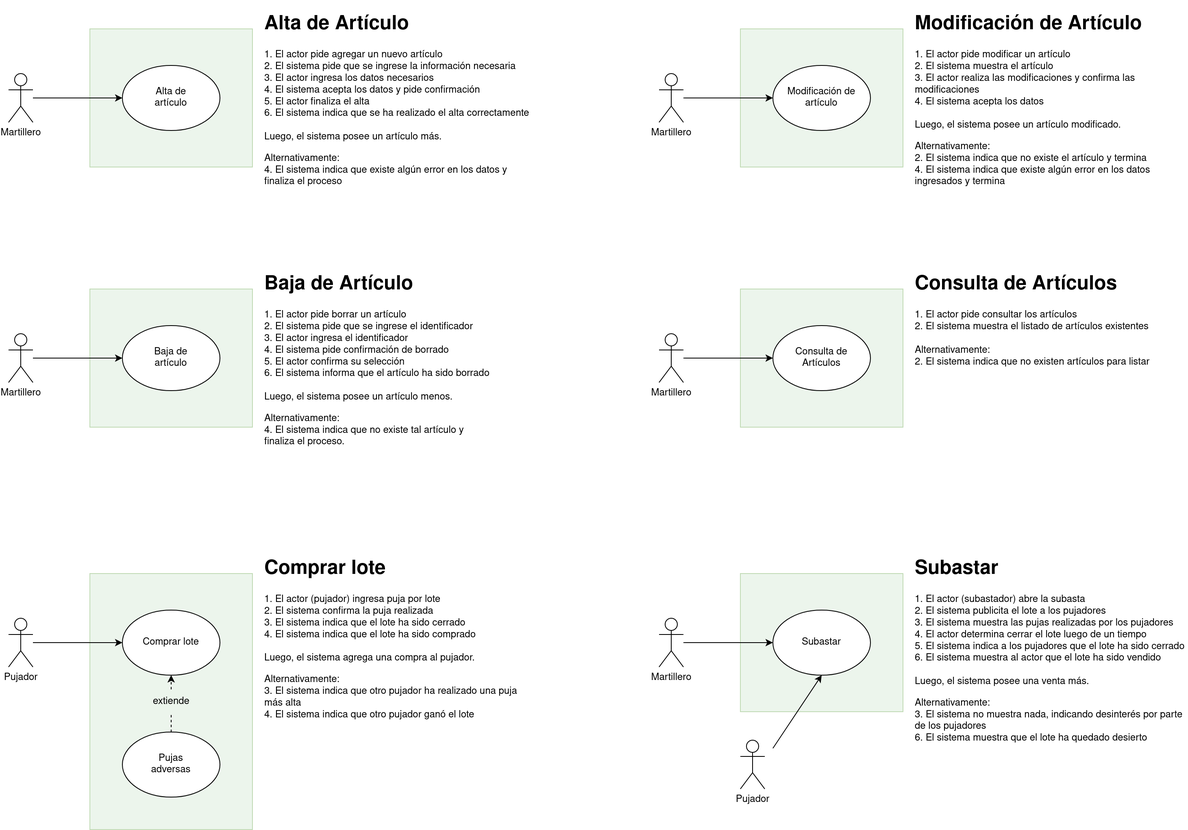
Before: Documentacion/casos-de-uso.png, a diagram exported from draw.io (rpgrca/proyecto-ispc-fullstack). Source tidied: cells renumbered, new cells last; positions are measured from the earlier drawing's top-left corner, leaving out a move shared by most shapes.
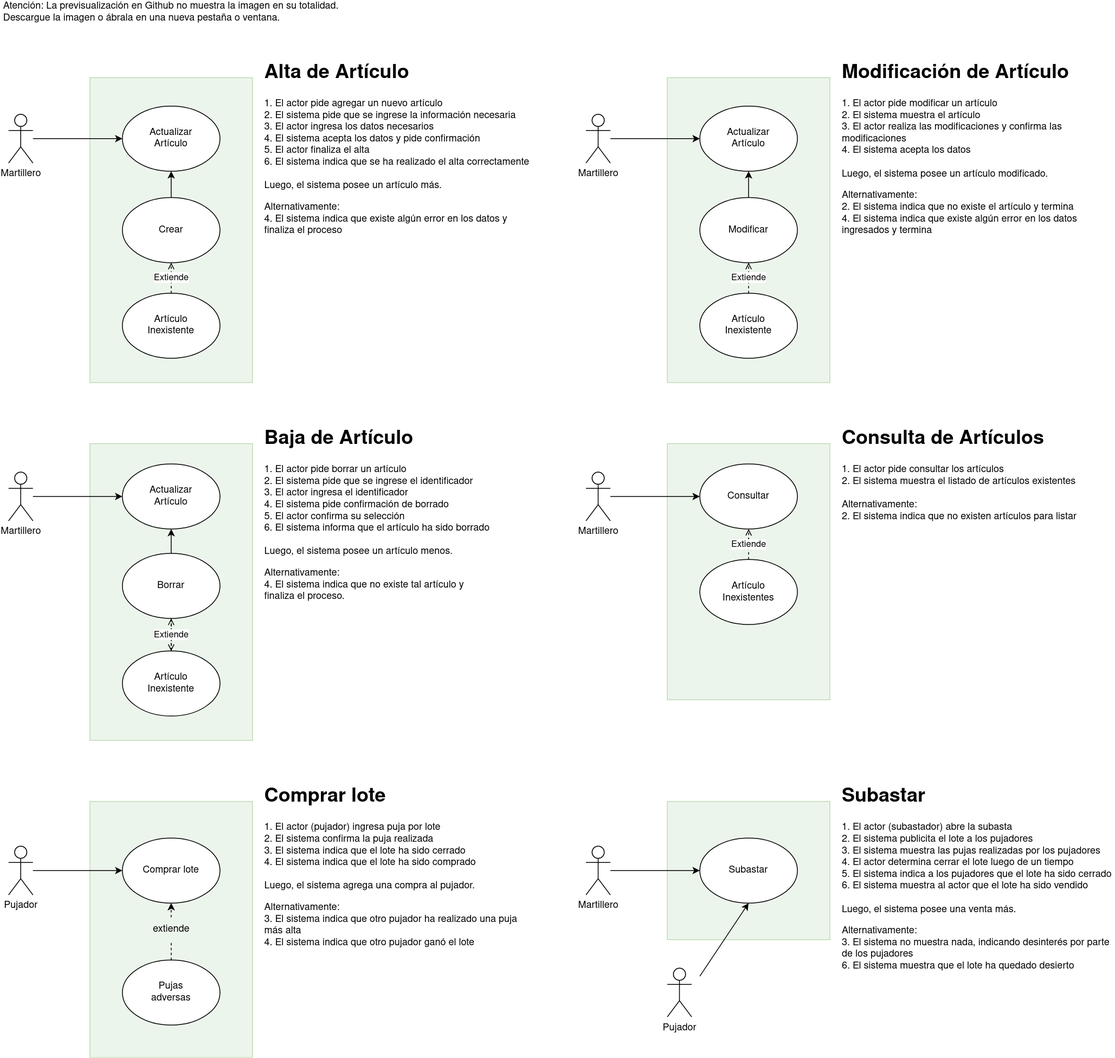
The same diagram one commit later.

Commit message:
actualizar casos de uso

Change to the diagram source:
```diff
@@ -3,28 +3,28 @@
     <mxCell id="0" />
     <mxCell id="1" parent="0" />
     <mxCell id="2" style="rounded=0;whiteSpace=wrap;html=1;fillColor=#d5e8d4;strokeColor=#82b366;opacity=45;" parent="1" vertex="1">
-      <mxGeometry x="100" y="695" width="200" height="315" as="geometry" />
+      <mxGeometry x="100" y="915" width="200" height="315" as="geometry" />
     </mxCell>
     <mxCell id="3" style="rounded=0;whiteSpace=wrap;html=1;fillColor=#d5e8d4;strokeColor=#82b366;opacity=45;" parent="1" vertex="1">
-      <mxGeometry x="900" y="25" width="200" height="170" as="geometry" />
+      <mxGeometry x="810" y="25" width="200" height="375" as="geometry" />
     </mxCell>
     <mxCell id="4" style="rounded=0;whiteSpace=wrap;html=1;fillColor=#d5e8d4;strokeColor=#82b366;opacity=45;" parent="1" vertex="1">
-      <mxGeometry x="900" y="695" width="200" height="170" as="geometry" />
+      <mxGeometry x="810" y="915" width="200" height="170" as="geometry" />
     </mxCell>
     <mxCell id="5" style="rounded=0;whiteSpace=wrap;html=1;fillColor=#d5e8d4;strokeColor=#82b366;opacity=45;" parent="1" vertex="1">
-      <mxGeometry x="100" y="25" width="200" height="170" as="geometry" />
+      <mxGeometry x="100" y="25" width="200" height="375" as="geometry" />
     </mxCell>
     <mxCell id="6" style="rounded=0;whiteSpace=wrap;html=1;fillColor=#d5e8d4;strokeColor=#82b366;opacity=45;" parent="1" vertex="1">
-      <mxGeometry x="100" y="345" width="200" height="170" as="geometry" />
+      <mxGeometry x="100" y="475" width="200" height="365" as="geometry" />
     </mxCell>
     <mxCell id="7" style="edgeStyle=orthogonalEdgeStyle;rounded=0;jettySize=auto;html=1;" parent="1" edge="1" source="8" target="9">
       <mxGeometry relative="1" as="geometry" />
     </mxCell>
     <mxCell id="8" value="Martillero" style="shape=umlActor;verticalLabelPosition=bottom;verticalAlign=top;html=1;outlineConnect=0;" parent="1" vertex="1">
-      <mxGeometry y="80" width="30" height="60" as="geometry" />
+      <mxGeometry y="70" width="30" height="60" as="geometry" />
     </mxCell>
-    <mxCell id="9" value="&lt;div&gt;Alta de&lt;/div&gt;&lt;div&gt;artículo&lt;/div&gt;" style="ellipse;whiteSpace=wrap;html=1;" parent="1" vertex="1">
-      <mxGeometry x="140" y="70" width="120" height="80" as="geometry" />
+    <mxCell id="9" value="&lt;div&gt;Actualizar&lt;/div&gt;&lt;div&gt;Artículo&lt;br&gt;&lt;/div&gt;" style="ellipse;whiteSpace=wrap;html=1;" parent="1" vertex="1">
+      <mxGeometry x="140" y="60" width="120" height="80" as="geometry" />
     </mxCell>
     <mxCell id="10" value="&lt;h1&gt;Alta de Artículo&lt;br&gt;&lt;/h1&gt;&lt;p&gt;1. El actor pide agregar un nuevo artículo&lt;br&gt;2. El sistema pide que se ingrese la información necesaria&lt;br&gt;3. El actor ingresa los datos necesarios&lt;br&gt;4. El sistema acepta los datos y pide confirmación&lt;br&gt;5. El actor finaliza el alta&lt;br&gt;6. El sistema indica que se ha realizado el alta correctamente&lt;br&gt;&lt;br&gt;Luego, el sistema posee un artículo más.&lt;/p&gt;&lt;p&gt;Alternativamente:&lt;br&gt;4. El sistema indica que existe algún error en los datos y finaliza el proceso&lt;br&gt;&lt;/p&gt;" style="text;html=1;strokeColor=none;fillColor=none;spacing=5;spacingTop=-20;whiteSpace=wrap;overflow=hidden;rounded=0;" parent="1" vertex="1">
       <mxGeometry x="310" width="340" height="220" as="geometry" />
@@ -33,84 +33,132 @@
       <mxGeometry relative="1" as="geometry" />
     </mxCell>
     <mxCell id="12" value="Martillero" style="shape=umlActor;verticalLabelPosition=bottom;verticalAlign=top;html=1;outlineConnect=0;" parent="1" vertex="1">
-      <mxGeometry y="400" width="30" height="60" as="geometry" />
+      <mxGeometry y="510" width="30" height="60" as="geometry" />
     </mxCell>
-    <mxCell id="13" value="&lt;div&gt;Baja de&lt;/div&gt;&lt;div&gt;artículo&lt;/div&gt;" style="ellipse;whiteSpace=wrap;html=1;" parent="1" vertex="1">
-      <mxGeometry x="140" y="390" width="120" height="80" as="geometry" />
+    <mxCell id="13" value="&lt;div&gt;Actualizar&lt;/div&gt;&lt;div&gt;Artículo&lt;/div&gt;" style="ellipse;whiteSpace=wrap;html=1;" parent="1" vertex="1">
+      <mxGeometry x="140" y="500" width="120" height="80" as="geometry" />
     </mxCell>
     <mxCell id="14" value="&lt;h1&gt;Baja de Artículo&lt;br&gt;&lt;/h1&gt;&lt;p&gt;1. El actor pide borrar un artículo&lt;br&gt;2. El sistema pide que se ingrese el identificador&lt;br&gt;3. El actor ingresa el identificador&lt;br&gt;4. El sistema pide confirmación de borrado&lt;br&gt;5. El actor confirma su selección&lt;br&gt;6. El sistema informa que el artículo ha sido borrado&lt;br&gt;&lt;br&gt;Luego, el sistema posee un artículo menos.&lt;/p&gt;&lt;p&gt;Alternativamente:&lt;br&gt;4. El sistema indica que no existe tal artículo y&lt;br&gt;finaliza el proceso.&lt;br&gt;&lt;/p&gt;" style="text;html=1;strokeColor=none;fillColor=none;spacing=5;spacingTop=-20;whiteSpace=wrap;overflow=hidden;rounded=0;" parent="1" vertex="1">
-      <mxGeometry x="310" y="320" width="340" height="220" as="geometry" />
+      <mxGeometry x="310" y="450" width="340" height="220" as="geometry" />
     </mxCell>
     <mxCell id="15" style="edgeStyle=orthogonalEdgeStyle;rounded=0;jettySize=auto;html=1;" parent="1" edge="1" source="16" target="17">
       <mxGeometry relative="1" as="geometry" />
     </mxCell>
     <mxCell id="16" value="Martillero" style="shape=umlActor;verticalLabelPosition=bottom;verticalAlign=top;html=1;outlineConnect=0;" parent="1" vertex="1">
-      <mxGeometry x="800" y="80" width="30" height="60" as="geometry" />
+      <mxGeometry x="710" y="70" width="30" height="60" as="geometry" />
     </mxCell>
-    <mxCell id="17" value="&lt;div&gt;Modificación de&lt;/div&gt;&lt;div&gt;artículo&lt;/div&gt;" style="ellipse;whiteSpace=wrap;html=1;" parent="1" vertex="1">
-      <mxGeometry x="940" y="70" width="120" height="80" as="geometry" />
+    <mxCell id="17" value="&lt;div&gt;Actualizar&lt;/div&gt;&lt;div&gt;Artículo&lt;br&gt;&lt;/div&gt;" style="ellipse;whiteSpace=wrap;html=1;" parent="1" vertex="1">
+      <mxGeometry x="850" y="60" width="120" height="80" as="geometry" />
     </mxCell>
     <mxCell id="18" value="&lt;h1&gt;Modificación de Artículo&lt;br&gt;&lt;/h1&gt;&lt;p&gt;1. El actor pide modificar un artículo&lt;br&gt;2. El sistema muestra el artículo&lt;br&gt;3. El actor realiza las modificaciones y confirma las modificaciones&lt;br&gt;4. El sistema acepta los datos&lt;br&gt;&lt;br&gt;Luego, el sistema posee un artículo modificado.&lt;/p&gt;&lt;p&gt;Alternativamente:&lt;br&gt;2. El sistema indica que no existe el artículo y termina&lt;br&gt;4. El sistema indica que existe algún error en los datos ingresados y termina&lt;br&gt;&lt;/p&gt;" style="text;html=1;strokeColor=none;fillColor=none;spacing=5;spacingTop=-20;whiteSpace=wrap;overflow=hidden;rounded=0;" parent="1" vertex="1">
-      <mxGeometry x="1110" width="340" height="220" as="geometry" />
+      <mxGeometry x="1020" width="340" height="220" as="geometry" />
     </mxCell>
     <mxCell id="19" style="edgeStyle=orthogonalEdgeStyle;rounded=0;jettySize=auto;html=1;" parent="1" edge="1" source="20" target="21">
       <mxGeometry relative="1" as="geometry" />
     </mxCell>
     <mxCell id="20" value="Martillero" style="shape=umlActor;verticalLabelPosition=bottom;verticalAlign=top;html=1;outlineConnect=0;" parent="1" vertex="1">
-      <mxGeometry x="800" y="750" width="30" height="60" as="geometry" />
+      <mxGeometry x="710" y="970" width="30" height="60" as="geometry" />
     </mxCell>
     <mxCell id="21" value="Subastar" style="ellipse;whiteSpace=wrap;html=1;" parent="1" vertex="1">
-      <mxGeometry x="940" y="740" width="120" height="80" as="geometry" />
+      <mxGeometry x="850" y="960" width="120" height="80" as="geometry" />
     </mxCell>
     <mxCell id="22" value="&lt;h1&gt;Subastar&lt;br&gt;&lt;/h1&gt;&lt;p&gt;1. El actor (subastador) abre la subasta&lt;br&gt;2. El sistema publicita el lote a los pujadores&lt;br&gt;3. El sistema muestra las pujas realizadas por los pujadores&lt;br&gt;4. El actor determina cerrar el lote luego de un tiempo&lt;br&gt;5. El sistema indica a los pujadores que el lote ha sido cerrado&lt;br&gt;6. El sistema muestra al actor que el lote ha sido vendido&lt;br&gt;&lt;br&gt;Luego, el sistema posee una venta más.&lt;/p&gt;&lt;p&gt;Alternativamente:&lt;br&gt;3. El sistema no muestra nada, indicando desinterés por parte de los pujadores&lt;br&gt;6. El sistema muestra que el lote ha quedado desierto&lt;br&gt;&lt;/p&gt;" style="text;html=1;strokeColor=none;fillColor=none;spacing=5;spacingTop=-20;whiteSpace=wrap;overflow=hidden;rounded=0;" parent="1" vertex="1">
-      <mxGeometry x="1110" y="670" width="340" height="240" as="geometry" />
+      <mxGeometry x="1020" y="890" width="340" height="240" as="geometry" />
     </mxCell>
     <mxCell id="23" value="Pujador" style="shape=umlActor;verticalLabelPosition=bottom;verticalAlign=top;html=1;" parent="1" vertex="1">
-      <mxGeometry x="900" y="900" width="30" height="60" as="geometry" />
+      <mxGeometry x="810" y="1120" width="30" height="60" as="geometry" />
     </mxCell>
     <mxCell id="24" style="rounded=0;jettySize=auto;html=1;entryX=0.5;entryY=1;entryDx=0;entryDy=0;" parent="1" edge="1" target="21">
       <mxGeometry relative="1" as="geometry">
-        <mxPoint x="940" y="910" as="sourcePoint" />
+        <mxPoint x="850" y="1130" as="sourcePoint" />
       </mxGeometry>
     </mxCell>
     <mxCell id="25" style="edgeStyle=orthogonalEdgeStyle;rounded=0;jettySize=auto;html=1;" parent="1" edge="1" source="26" target="27">
       <mxGeometry relative="1" as="geometry" />
     </mxCell>
     <mxCell id="26" value="Pujador" style="shape=umlActor;verticalLabelPosition=bottom;verticalAlign=top;html=1;outlineConnect=0;" parent="1" vertex="1">
-      <mxGeometry y="750" width="30" height="60" as="geometry" />
+      <mxGeometry y="970" width="30" height="60" as="geometry" />
     </mxCell>
     <mxCell id="27" value="Comprar lote" style="ellipse;whiteSpace=wrap;html=1;" parent="1" vertex="1">
-      <mxGeometry x="140" y="740" width="120" height="80" as="geometry" />
+      <mxGeometry x="140" y="960" width="120" height="80" as="geometry" />
     </mxCell>
     <mxCell id="28" value="&lt;h1&gt;Comprar lote&lt;br&gt;&lt;/h1&gt;&lt;p&gt;1. El actor (pujador) ingresa puja por lote&lt;br&gt;2. El sistema confirma la puja realizada&lt;br&gt;3. El sistema indica que el lote ha sido cerrado&lt;br&gt;4. El sistema indica que el lote ha sido comprado&lt;br&gt;&lt;br&gt;Luego, el sistema agrega una compra al pujador.&lt;/p&gt;&lt;p&gt;Alternativamente:&lt;br&gt;3. El sistema indica que otro pujador ha realizado una puja más alta&lt;br&gt;4. El sistema indica que otro pujador ganó el lote&lt;br&gt;&lt;/p&gt;" style="text;html=1;strokeColor=none;fillColor=none;spacing=5;spacingTop=-20;whiteSpace=wrap;overflow=hidden;rounded=0;" parent="1" vertex="1">
-      <mxGeometry x="310" y="670" width="340" height="240" as="geometry" />
+      <mxGeometry x="310" y="890" width="340" height="240" as="geometry" />
     </mxCell>
     <mxCell id="29" value="&lt;div&gt;Pujas&lt;/div&gt;&lt;div&gt;adversas&lt;/div&gt;" style="ellipse;whiteSpace=wrap;html=1;" parent="1" vertex="1">
-      <mxGeometry x="140" y="890" width="120" height="80" as="geometry" />
+      <mxGeometry x="140" y="1110" width="120" height="80" as="geometry" />
     </mxCell>
     <mxCell id="30" style="rounded=0;jettySize=auto;html=1;entryX=0.5;entryY=1;entryDx=0;entryDy=0;exitX=0.5;exitY=0;exitDx=0;exitDy=0;dashed=1;startArrow=none;" parent="1" edge="1" source="31" target="27">
       <mxGeometry relative="1" as="geometry" />
     </mxCell>
     <mxCell id="31" value="extiende" style="text;html=1;align=center;verticalAlign=middle;points=[];strokeColor=none;fillColor=none;" parent="1" vertex="1">
-      <mxGeometry x="165" y="837.5" width="70" height="30" as="geometry" />
+      <mxGeometry x="165" y="1057.5" width="70" height="30" as="geometry" />
     </mxCell>
     <mxCell id="32" style="rounded=0;jettySize=auto;html=1;entryX=0.5;entryY=1;entryDx=0;entryDy=0;exitX=0.5;exitY=0;exitDx=0;exitDy=0;dashed=1;endArrow=none;" parent="1" edge="1" source="29" target="31">
       <mxGeometry relative="1" as="geometry" />
     </mxCell>
     <mxCell id="33" style="rounded=0;whiteSpace=wrap;html=1;fillColor=#d5e8d4;strokeColor=#82b366;opacity=45;" parent="1" vertex="1">
-      <mxGeometry x="900" y="345" width="200" height="170" as="geometry" />
+      <mxGeometry x="810" y="475" width="200" height="315" as="geometry" />
     </mxCell>
     <mxCell id="34" style="edgeStyle=orthogonalEdgeStyle;rounded=0;jettySize=auto;html=1;" parent="1" edge="1" source="35" target="36">
       <mxGeometry relative="1" as="geometry" />
     </mxCell>
     <mxCell id="35" value="Martillero" style="shape=umlActor;verticalLabelPosition=bottom;verticalAlign=top;html=1;outlineConnect=0;" parent="1" vertex="1">
-      <mxGeometry x="800" y="400" width="30" height="60" as="geometry" />
+      <mxGeometry x="710" y="510" width="30" height="60" as="geometry" />
     </mxCell>
-    <mxCell id="36" value="&lt;div&gt;Consulta de&lt;/div&gt;&lt;div&gt;Artículos&lt;br&gt;&lt;/div&gt;" style="ellipse;whiteSpace=wrap;html=1;" parent="1" vertex="1">
-      <mxGeometry x="940" y="390" width="120" height="80" as="geometry" />
+    <mxCell id="36" value="Consultar" style="ellipse;whiteSpace=wrap;html=1;" parent="1" vertex="1">
+      <mxGeometry x="850" y="500" width="120" height="80" as="geometry" />
     </mxCell>
     <mxCell id="37" value="&lt;h1&gt;Consulta de Artículos&lt;br&gt;&lt;/h1&gt;&lt;p&gt;1. El actor pide consultar los artículos&lt;br&gt;2. El sistema muestra el listado de artículos existentes&lt;br&gt;&lt;br&gt;Alternativamente:&lt;br&gt;2. El sistema indica que no existen artículos para listar&lt;br&gt;&lt;/p&gt;" style="text;html=1;strokeColor=none;fillColor=none;spacing=5;spacingTop=-20;whiteSpace=wrap;overflow=hidden;rounded=0;" parent="1" vertex="1">
-      <mxGeometry x="1110" y="320" width="340" height="220" as="geometry" />
+      <mxGeometry x="1020" y="450" width="340" height="220" as="geometry" />
     </mxCell>
+    <mxCell id="38" value="&lt;div align=&quot;left&quot;&gt;Atención: La previsualización en Github no muestra la imagen en su totalidad.&lt;br&gt;&lt;/div&gt;&lt;div align=&quot;left&quot;&gt;Descargue la imagen o ábrala en una nueva pestaña o ventana.&lt;br&gt;&lt;/div&gt;" style="text;html=1;strokeColor=none;fillColor=none;align=center;verticalAlign=middle;whiteSpace=wrap;rounded=0;" parent="1" vertex="1">
+      <mxGeometry x="-10" y="-70" width="420" height="30" as="geometry" />
+    </mxCell>
+    <mxCell id="39" style="edgeStyle=orthogonalEdgeStyle;rounded=0;jettySize=auto;html=1;" parent="1" edge="1" source="40" target="9">
+      <mxGeometry relative="1" as="geometry" />
+    </mxCell>
+    <mxCell id="40" value="Crear" style="ellipse;whiteSpace=wrap;html=1;" parent="1" vertex="1">
+      <mxGeometry x="140" y="172.5" width="120" height="80" as="geometry" />
+    </mxCell>
+    <mxCell id="41" style="edgeStyle=orthogonalEdgeStyle;rounded=0;jettySize=auto;html=1;" parent="1" edge="1" source="42" target="17">
+      <mxGeometry relative="1" as="geometry" />
+    </mxCell>
+    <mxCell id="42" value="Modificar" style="ellipse;whiteSpace=wrap;html=1;" parent="1" vertex="1">
+      <mxGeometry x="850" y="172.5" width="120" height="80" as="geometry" />
+    </mxCell>
+    <mxCell id="43" style="edgeStyle=orthogonalEdgeStyle;rounded=0;jettySize=auto;html=1;" parent="1" edge="1" source="45" target="13">
+      <mxGeometry relative="1" as="geometry" />
+    </mxCell>
+    <mxCell id="44" style="edgeStyle=orthogonalEdgeStyle;rounded=0;jettySize=auto;html=1;dashed=1;endArrow=open;endFill=0;endSize=6;" parent="1" edge="1" source="45" target="50">
+      <mxGeometry relative="1" as="geometry" />
+    </mxCell>
+    <mxCell id="45" value="Borrar" style="ellipse;whiteSpace=wrap;html=1;" parent="1" vertex="1">
+      <mxGeometry x="140" y="610" width="120" height="80" as="geometry" />
+    </mxCell>
+    <mxCell id="46" value="&lt;div&gt;Artículo&lt;/div&gt;&lt;div&gt;Inexistente&lt;br&gt;&lt;/div&gt;" style="ellipse;whiteSpace=wrap;html=1;" parent="1" vertex="1">
+      <mxGeometry x="140" y="290" width="120" height="80" as="geometry" />
+    </mxCell>
+    <mxCell id="47" value="Extiende" style="endArrow=open;endSize=6;endFill=0;html=1;rounded=0;exitX=0.5;exitY=0;exitDx=0;exitDy=0;entryX=0.5;entryY=1;entryDx=0;entryDy=0;dashed=1;" parent="1" edge="1" source="46" target="40">
+      <mxGeometry relative="1" as="geometry" />
+    </mxCell>
+    <mxCell id="48" value="&lt;div&gt;Artículo&lt;/div&gt;&lt;div&gt;Inexistente&lt;br&gt;&lt;/div&gt;" style="ellipse;whiteSpace=wrap;html=1;" parent="1" vertex="1">
+      <mxGeometry x="850" y="290" width="120" height="80" as="geometry" />
+    </mxCell>
+    <mxCell id="49" value="Extiende" style="endArrow=open;endSize=6;endFill=0;html=1;rounded=0;entryX=0.5;entryY=1;entryDx=0;entryDy=0;dashed=1;exitX=0.5;exitY=0;exitDx=0;exitDy=0;" parent="1" edge="1" source="48" target="42">
+      <mxGeometry relative="1" as="geometry" />
+    </mxCell>
+    <mxCell id="50" value="&lt;div&gt;Artículo&lt;/div&gt;&lt;div&gt;Inexistente&lt;br&gt;&lt;/div&gt;" style="ellipse;whiteSpace=wrap;html=1;" parent="1" vertex="1">
+      <mxGeometry x="140" y="730" width="120" height="80" as="geometry" />
+    </mxCell>
+    <mxCell id="51" value="Extiende" style="endArrow=open;endSize=6;endFill=0;html=1;rounded=0;entryX=0.5;entryY=1;entryDx=0;entryDy=0;dashed=1;exitX=0.5;exitY=0;exitDx=0;exitDy=0;" parent="1" edge="1" source="50" target="45">
+      <mxGeometry relative="1" as="geometry" />
+    </mxCell>
+    <mxCell id="52" value="&lt;div&gt;Artículo&lt;/div&gt;&lt;div&gt;Inexistentes&lt;br&gt;&lt;/div&gt;" style="ellipse;whiteSpace=wrap;html=1;" parent="1" vertex="1">
+      <mxGeometry x="850" y="617.5" width="120" height="80" as="geometry" />
+    </mxCell>
+    <mxCell id="53" value="Extiende" style="endArrow=open;endSize=6;endFill=0;html=1;rounded=0;entryX=0.5;entryY=1;entryDx=0;entryDy=0;dashed=1;exitX=0.5;exitY=0;exitDx=0;exitDy=0;" parent="1" edge="1" source="52" target="36">
+      <mxGeometry relative="1" as="geometry" />
+    </mxCell>
   </root>
 </mxGraphModel>
```
